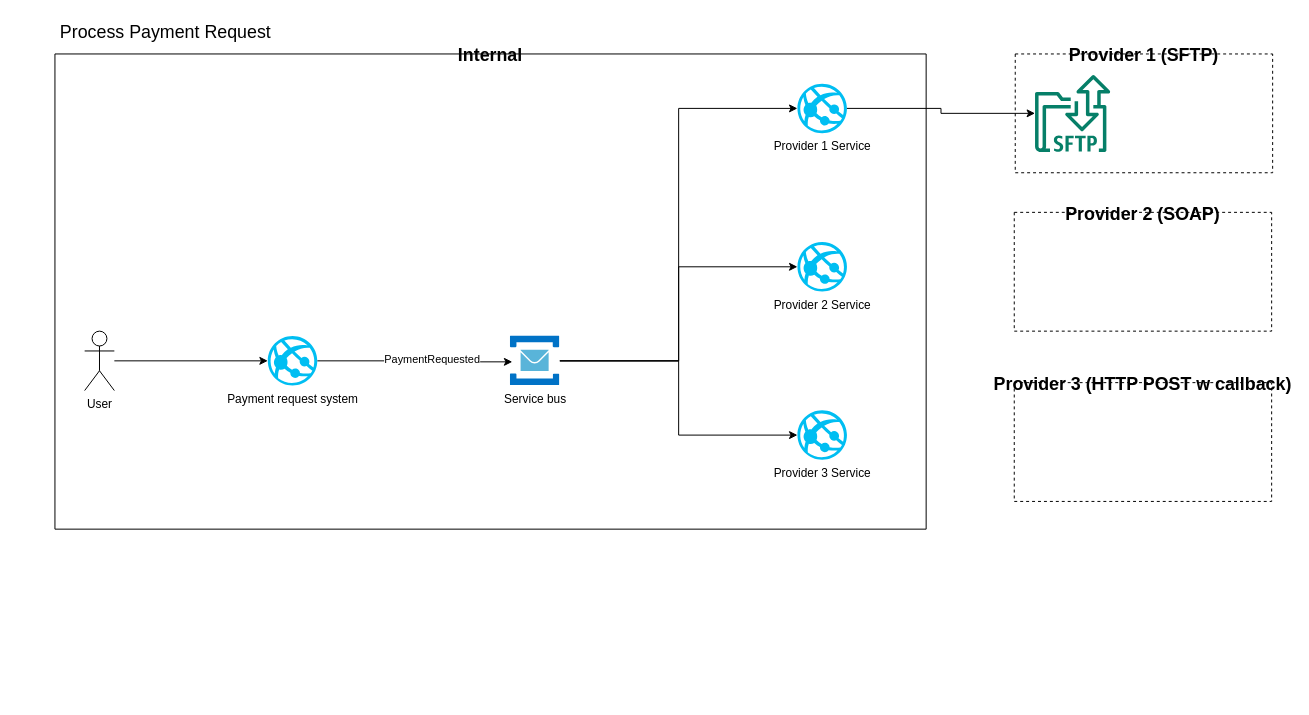
Above: system-overview.drawio in blundell89/design-dojo (draw.io), before the change. Source tidied: cells renumbered, new cells numbered last; positions are measured from the earlier drawing's top-left corner, leaving out a move shared by most shapes. Both pictures are drawn from the tidied source at 99%, with x=0, y=0 at pixel (17, 17). Pictures stored in the file or linked from it are replaced by grey dashed boxes.
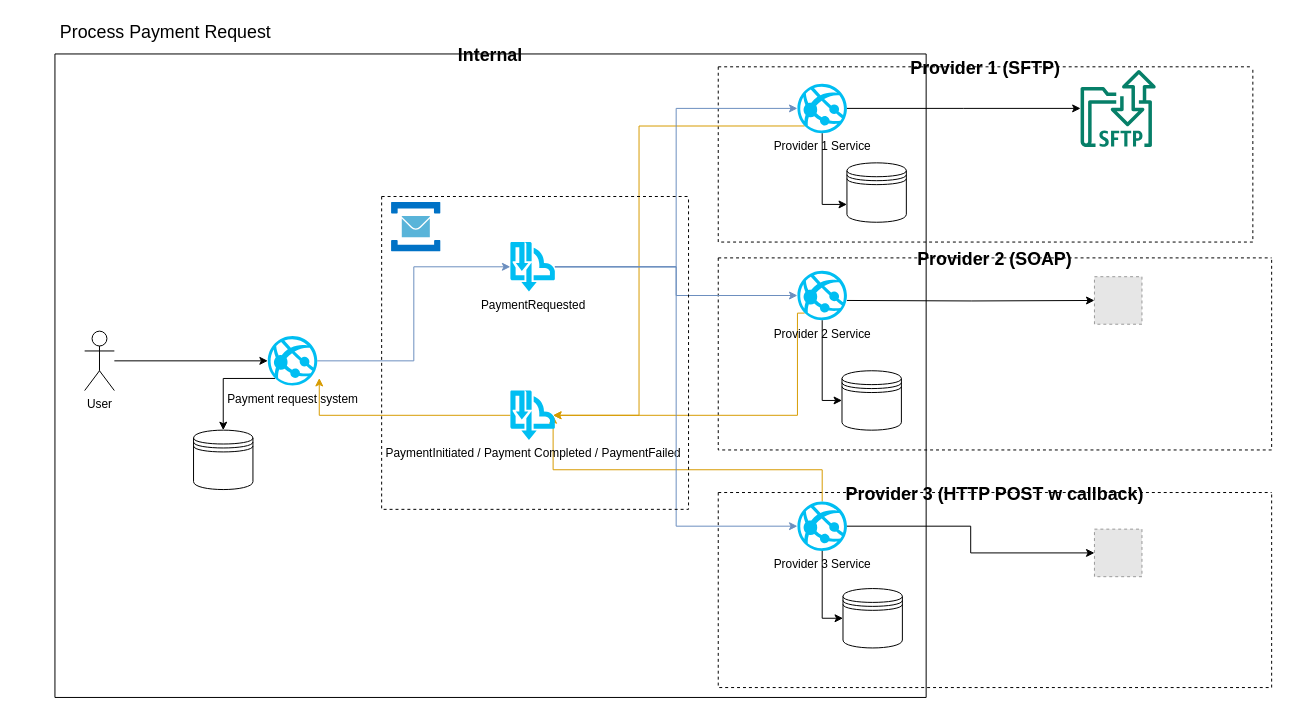
Above is the later version.

Unchanged cells that the change refers to:
```xml
<mxCell id="9" value="Payment request system" style="verticalLabelPosition=bottom;html=1;verticalAlign=top;align=center;strokeColor=none;fillColor=#00BEF2;shape=mxgraph.azure.azure_website;" parent="6" vertex="1">
  <mxGeometry x="215" y="285" width="50" height="50" as="geometry" />
</mxCell>
<mxCell id="17" value="Provider 1 Service" style="verticalLabelPosition=bottom;html=1;verticalAlign=top;align=center;strokeColor=none;fillColor=#00BEF2;shape=mxgraph.azure.azure_website;" parent="6" vertex="1">
  <mxGeometry x="750" y="30" width="50" height="50" as="geometry" />
</mxCell>
```

The edit, as a diff of the source:
```diff
@@
     <mxCell id="2" value="Provider 1 (SFTP)" style="swimlane;startSize=0;dashed=1;fontSize=18;" parent="1" vertex="1">
-      <mxGeometry x="1008" y="37" width="260" height="120" as="geometry" />
+      <mxGeometry x="708" y="50" width="540" height="177" as="geometry" />
     </mxCell>
     <mxCell id="3" style="sketch=0;outlineConnect=0;fontColor=#232F3E;gradientColor=none;fillColor=#067F68;strokeColor=none;dashed=0;verticalLabelPosition=bottom;verticalAlign=top;align=center;html=1;fontSize=12;fontStyle=0;shape=mxgraph.aws4.transfer_for_sftp_resource;" parent="2" vertex="1">
-      <mxGeometry x="20" y="21" width="76" height="78" as="geometry" />
+      <mxGeometry x="366" y="3" width="76" height="78" as="geometry" />
     </mxCell>
     <mxCell id="4" value="Provider 2 (SOAP)" style="swimlane;startSize=0;dashed=1;fontSize=18;" parent="1" vertex="1">
-      <mxGeometry x="1007" y="197" width="260" height="120" as="geometry" />
+      <mxGeometry x="708" y="243" width="559" height="194" as="geometry" />
     </mxCell>
+    <mxCell id="21" style="fillColor=#E6E6E6;strokeColor=#999999;dashed=1;verticalLabelPosition=bottom;labelBackgroundColor=#ffffff;verticalAlign=top;" parent="4" vertex="1">
+      <mxGeometry x="380" y="19" width="48" height="48" as="geometry" />
+    </mxCell>
     <mxCell id="5" value="Provider 3 (HTTP POST w callback)" style="swimlane;startSize=0;dashed=1;fontSize=18;" parent="1" vertex="1">
-      <mxGeometry x="1007" y="369" width="260" height="120" as="geometry" />
+      <mxGeometry x="708" y="480" width="559" height="197" as="geometry" />
     </mxCell>
+    <mxCell id="22" style="fillColor=#E6E6E6;strokeColor=#999999;dashed=1;verticalLabelPosition=bottom;labelBackgroundColor=#ffffff;verticalAlign=top;" parent="5" vertex="1">
+      <mxGeometry x="380" y="37" width="48" height="48" as="geometry" />
+    </mxCell>
     <mxCell id="6" value="Internal" style="swimlane;startSize=0;fontSize=18;" parent="1" vertex="1">
-      <mxGeometry x="38" y="37" width="880" height="480" as="geometry" />
+      <mxGeometry x="38" y="37" width="880" height="650" as="geometry" />
     </mxCell>
-    <mxCell id="7" style="edgeStyle=orthogonalEdgeStyle;rounded=0;jettySize=auto;html=1;entryX=0.04;entryY=0.52;entryDx=0;entryDy=0;entryPerimeter=0;" parent="6" edge="1" source="9" target="15">
-      <mxGeometry relative="1" as="geometry">
-        <Array as="points">
-          <mxPoint x="340" y="310" />
-        </Array>
-      </mxGeometry>
-    </mxCell>
-    <mxCell id="8" value="PaymentRequested" style="edgeLabel;html=1;align=center;verticalAlign=middle;points=[];" parent="7" vertex="1">
-      <mxGeometry x="0.17" y="3" relative="1" as="geometry" />
-    </mxCell>
+    <mxCell id="23" style="edgeStyle=orthogonalEdgeStyle;rounded=0;jettySize=auto;html=1;exitX=0.145;exitY=0.855;exitDx=0;exitDy=0;exitPerimeter=0;entryX=0.5;entryY=0;entryDx=0;entryDy=0;" parent="6" edge="1" source="9" target="30">
+      <mxGeometry relative="1" as="geometry" />
+    </mxCell>
+    <mxCell id="24" style="edgeStyle=orthogonalEdgeStyle;rounded=0;jettySize=auto;html=1;entryX=0;entryY=0.5;entryDx=0;entryDy=0;entryPerimeter=0;fillColor=#dae8fc;strokeColor=#6c8ebf;" parent="6" edge="1" source="9" target="8">
+      <mxGeometry relative="1" as="geometry" />
+    </mxCell>
@@
-    <mxCell id="12" style="edgeStyle=orthogonalEdgeStyle;rounded=0;jettySize=auto;html=1;entryX=0;entryY=0.5;entryDx=0;entryDy=0;entryPerimeter=0;" parent="6" edge="1" source="15" target="17">
-      <mxGeometry relative="1" as="geometry" />
-    </mxCell>
-    <mxCell id="13" style="edgeStyle=orthogonalEdgeStyle;rounded=0;jettySize=auto;html=1;entryX=0;entryY=0.5;entryDx=0;entryDy=0;entryPerimeter=0;" parent="6" edge="1" source="15" target="18">
-      <mxGeometry relative="1" as="geometry" />
-    </mxCell>
-    <mxCell id="14" style="edgeStyle=orthogonalEdgeStyle;rounded=0;jettySize=auto;html=1;entryX=0;entryY=0.5;entryDx=0;entryDy=0;entryPerimeter=0;" parent="6" edge="1" source="15" target="19">
-      <mxGeometry relative="1" as="geometry" />
-    </mxCell>
-    <mxCell id="15" value="Service bus" style="image;sketch=0;html=1;points=[];align=center;fontSize=12;image=img/lib/mscae/Service_Bus.svg;" parent="6" vertex="1">
-      <mxGeometry x="460" y="285" width="50" height="50" as="geometry" />
-    </mxCell>
@@
+    <mxCell id="25" style="edgeStyle=orthogonalEdgeStyle;rounded=0;jettySize=auto;html=1;entryX=0;entryY=0.7;entryDx=0;entryDy=0;" parent="6" edge="1" source="17" target="29">
+      <mxGeometry relative="1" as="geometry" />
+    </mxCell>
+    <mxCell id="26" style="edgeStyle=orthogonalEdgeStyle;rounded=0;jettySize=auto;html=1;exitX=0.145;exitY=0.855;exitDx=0;exitDy=0;exitPerimeter=0;entryX=0.96;entryY=0.5;entryDx=0;entryDy=0;entryPerimeter=0;fillColor=#ffe6cc;strokeColor=#d79b00;" parent="6" edge="1" source="17" target="32">
+      <mxGeometry relative="1" as="geometry">
+        <Array as="points">
+          <mxPoint x="590" y="73" />
+          <mxPoint x="590" y="365" />
+        </Array>
+      </mxGeometry>
+    </mxCell>
@@
+    <mxCell id="27" style="edgeStyle=orthogonalEdgeStyle;rounded=0;jettySize=auto;html=1;entryX=0.96;entryY=0.5;entryDx=0;entryDy=0;entryPerimeter=0;fillColor=#ffe6cc;strokeColor=#d79b00;exitX=0.145;exitY=0.855;exitDx=0;exitDy=0;exitPerimeter=0;" parent="6" edge="1" source="18" target="32">
+      <mxGeometry relative="1" as="geometry">
+        <Array as="points">
+          <mxPoint x="750" y="262" />
+          <mxPoint x="750" y="365" />
+        </Array>
+      </mxGeometry>
+    </mxCell>
     <mxCell id="18" value="Provider 2 Service" style="verticalLabelPosition=bottom;html=1;verticalAlign=top;align=center;strokeColor=none;fillColor=#00BEF2;shape=mxgraph.azure.azure_website;" parent="6" vertex="1">
-      <mxGeometry x="750" y="190" width="50" height="50" as="geometry" />
+      <mxGeometry x="750" y="219" width="50" height="50" as="geometry" />
     </mxCell>
+    <mxCell id="28" style="edgeStyle=orthogonalEdgeStyle;rounded=0;jettySize=auto;html=1;entryX=0.96;entryY=0.5;entryDx=0;entryDy=0;entryPerimeter=0;fillColor=#ffe6cc;strokeColor=#d79b00;" parent="6" edge="1" source="19" target="32">
+      <mxGeometry relative="1" as="geometry">
+        <Array as="points">
+          <mxPoint x="775" y="420" />
+          <mxPoint x="503" y="420" />
+        </Array>
+      </mxGeometry>
+    </mxCell>
     <mxCell id="19" value="Provider 3 Service" style="verticalLabelPosition=bottom;html=1;verticalAlign=top;align=center;strokeColor=none;fillColor=#00BEF2;shape=mxgraph.azure.azure_website;" parent="6" vertex="1">
-      <mxGeometry x="750" y="360" width="50" height="50" as="geometry" />
+      <mxGeometry x="750" y="452" width="50" height="50" as="geometry" />
     </mxCell>
+    <mxCell id="29" style="shape=datastore;whiteSpace=wrap;html=1;" parent="6" vertex="1">
+      <mxGeometry x="800" y="110" width="60" height="60" as="geometry" />
+    </mxCell>
+    <mxCell id="30" style="shape=datastore;whiteSpace=wrap;html=1;" parent="6" vertex="1">
+      <mxGeometry x="140" y="380" width="60" height="60" as="geometry" />
+    </mxCell>
+    <mxCell id="31" style="edgeStyle=orthogonalEdgeStyle;rounded=0;jettySize=auto;html=1;entryX=1.04;entryY=0.847;entryDx=0;entryDy=0;entryPerimeter=0;fillColor=#ffe6cc;strokeColor=#d79b00;" parent="6" edge="1" source="32" target="9">
+      <mxGeometry relative="1" as="geometry" />
+    </mxCell>
+    <mxCell id="32" value="PaymentInitiated / Payment Completed / PaymentFailed" style="verticalLabelPosition=bottom;html=1;verticalAlign=top;align=center;strokeColor=none;fillColor=#00BEF2;shape=mxgraph.azure.service_bus_topics_and_subscriptions;" parent="6" vertex="1">
+      <mxGeometry x="460" y="340" width="45" height="50" as="geometry" />
+    </mxCell>
+    <mxCell id="33" style="edgeStyle=orthogonalEdgeStyle;rounded=0;jettySize=auto;html=1;entryX=0;entryY=0.5;entryDx=0;entryDy=0;entryPerimeter=0;fillColor=#dae8fc;strokeColor=#6c8ebf;" parent="6" edge="1" source="8" target="17">
+      <mxGeometry relative="1" as="geometry" />
+    </mxCell>
+    <mxCell id="34" style="edgeStyle=orthogonalEdgeStyle;rounded=0;jettySize=auto;html=1;entryX=0;entryY=0.5;entryDx=0;entryDy=0;entryPerimeter=0;fillColor=#dae8fc;strokeColor=#6c8ebf;" parent="6" edge="1" source="8" target="19">
+      <mxGeometry relative="1" as="geometry" />
+    </mxCell>
+    <mxCell id="35" style="edgeStyle=orthogonalEdgeStyle;rounded=0;jettySize=auto;html=1;entryX=0;entryY=0.5;entryDx=0;entryDy=0;entryPerimeter=0;fillColor=#dae8fc;strokeColor=#6c8ebf;" parent="6" edge="1" source="8" target="18">
+      <mxGeometry relative="1" as="geometry" />
+    </mxCell>
+    <mxCell id="8" value="PaymentRequested" style="verticalLabelPosition=bottom;html=1;verticalAlign=top;align=center;strokeColor=none;fillColor=#00BEF2;shape=mxgraph.azure.service_bus_topics_and_subscriptions;" parent="6" vertex="1">
+      <mxGeometry x="460" y="190" width="45" height="50" as="geometry" />
+    </mxCell>
+    <mxCell id="36" style="image;sketch=0;html=1;align=center;fontSize=12;image=img/lib/mscae/Service_Bus.svg;" parent="6" vertex="1">
+      <mxGeometry x="340" y="150" width="50" height="50" as="geometry" />
+    </mxCell>
+    <mxCell id="37" style="swimlane;startSize=0;dashed=1;" parent="6" vertex="1">
+      <mxGeometry x="330" y="144" width="310" height="316" as="geometry" />
+    </mxCell>
@@
+    <mxCell id="38" style="shape=datastore;whiteSpace=wrap;html=1;" parent="1" vertex="1">
+      <mxGeometry x="833" y="357" width="60" height="60" as="geometry" />
+    </mxCell>
+    <mxCell id="39" style="edgeStyle=orthogonalEdgeStyle;rounded=0;jettySize=auto;html=1;entryX=0;entryY=0.5;entryDx=0;entryDy=0;" parent="1" edge="1" source="18" target="38">
+      <mxGeometry relative="1" as="geometry" />
+    </mxCell>
+    <mxCell id="40" style="shape=datastore;whiteSpace=wrap;html=1;" parent="1" vertex="1">
+      <mxGeometry x="834" y="577" width="60" height="60" as="geometry" />
+    </mxCell>
+    <mxCell id="41" style="edgeStyle=orthogonalEdgeStyle;rounded=0;jettySize=auto;html=1;entryX=0;entryY=0.5;entryDx=0;entryDy=0;" parent="1" edge="1" source="19" target="40">
+      <mxGeometry relative="1" as="geometry" />
+    </mxCell>
+    <mxCell id="42" style="edgeStyle=orthogonalEdgeStyle;rounded=0;jettySize=auto;html=1;entryX=0;entryY=0.5;entryDx=0;entryDy=0;" parent="1" edge="1" target="21">
+      <mxGeometry relative="1" as="geometry">
+        <mxPoint x="838" y="286" as="sourcePoint" />
+      </mxGeometry>
+    </mxCell>
+    <mxCell id="43" style="edgeStyle=orthogonalEdgeStyle;rounded=0;jettySize=auto;html=1;entryX=0;entryY=0.5;entryDx=0;entryDy=0;" parent="1" edge="1" source="19" target="22">
+      <mxGeometry relative="1" as="geometry" />
+    </mxCell>
```
